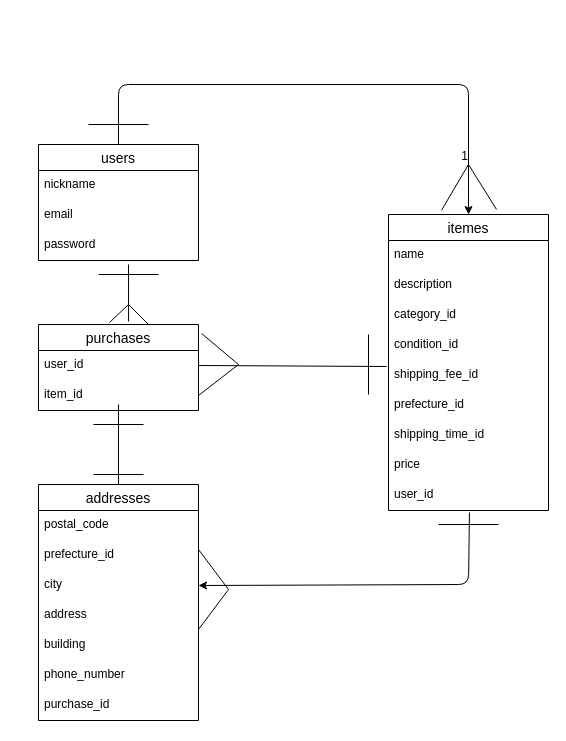
Before: er.dio in nago0427/furima-40919, a draw.io diagram. Source tidied: cells renumbered, new cells numbered last; positions are measured from the earlier drawing's top-left corner, leaving out a move shared by most shapes. Both pictures are drawn from the tidied source at 100%, with x=0, y=0 at pixel (38, 84).
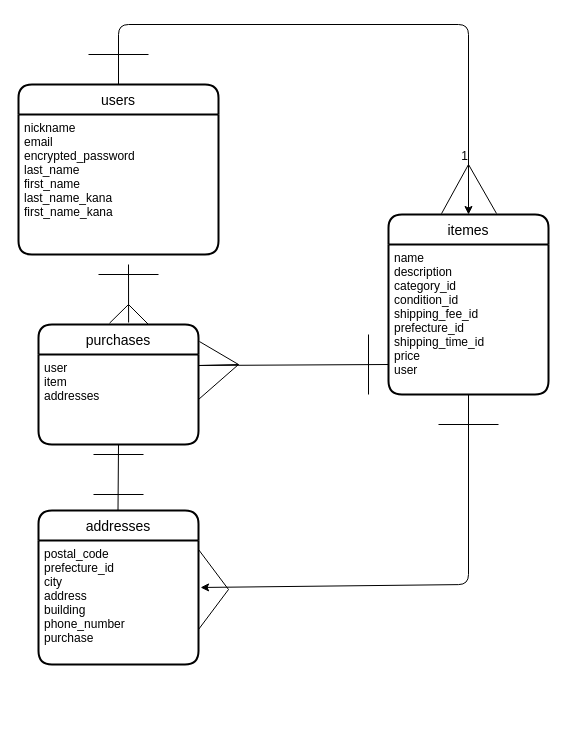
The same page after the edit.

Diff of the diagram source:
```diff
@@
-    <mxCell id="2" style="edgeStyle=orthogonalEdgeStyle;html=1;exitX=0.5;exitY=0;exitDx=0;exitDy=0;entryX=0.5;entryY=0;entryDx=0;entryDy=0;" parent="1" edge="1" source="3" target="18">
+    <mxCell id="2" style="edgeStyle=orthogonalEdgeStyle;html=1;entryX=0.5;entryY=0;entryDx=0;entryDy=0;exitX=0.5;exitY=0;exitDx=0;exitDy=0;" parent="1" edge="1" source="3">
       <mxGeometry relative="1" as="geometry">
+        <mxPoint x="430" y="130" as="targetPoint" />
         <Array as="points">
-          <mxPoint x="80" />
-          <mxPoint x="430" />
+          <mxPoint x="80" y="-60" />
+          <mxPoint x="430" y="-60" />
         </Array>
       </mxGeometry>
     </mxCell>
-    <mxCell id="3" value="users" style="swimlane;fontStyle=0;horizontal=1;startSize=26;align=center;fontSize=14;" parent="1" vertex="1">
-      <mxGeometry y="60" width="160" height="116" as="geometry" />
-    </mxCell>
-    <mxCell id="4" value="nickname" style="text;strokeColor=none;fillColor=none;spacingLeft=4;spacingRight=4;overflow=hidden;fontSize=12;" parent="3" vertex="1">
-      <mxGeometry y="26" width="160" height="30" as="geometry" />
-    </mxCell>
-    <mxCell id="5" value="email" style="text;strokeColor=none;fillColor=none;spacingLeft=4;spacingRight=4;overflow=hidden;fontSize=12;" parent="3" vertex="1">
-      <mxGeometry y="56" width="160" height="30" as="geometry" />
-    </mxCell>
-    <mxCell id="6" value="password" style="text;strokeColor=none;fillColor=none;spacingLeft=4;spacingRight=4;overflow=hidden;fontSize=12;" parent="3" vertex="1">
-      <mxGeometry y="86" width="160" height="30" as="geometry" />
-    </mxCell>
-    <mxCell id="7" value="purchases" style="swimlane;fontStyle=0;horizontal=1;startSize=26;align=center;fontSize=14;" parent="1" vertex="1">
-      <mxGeometry y="240" width="160" height="86" as="geometry" />
-    </mxCell>
-    <mxCell id="8" value="user_id" style="text;strokeColor=none;fillColor=none;spacingLeft=4;spacingRight=4;overflow=hidden;points=[[0,0.5],[1,0.5]];portConstraint=eastwest;fontSize=12;" parent="7" vertex="1">
-      <mxGeometry y="26" width="160" height="30" as="geometry" />
-    </mxCell>
-    <mxCell id="9" value="item_id" style="text;strokeColor=none;fillColor=none;spacingLeft=4;spacingRight=4;overflow=hidden;points=[[0,0.5],[1,0.5]];portConstraint=eastwest;fontSize=12;" parent="7" vertex="1">
-      <mxGeometry y="56" width="160" height="30" as="geometry" />
-    </mxCell>
-    <mxCell id="10" value="addresses" style="swimlane;fontStyle=0;horizontal=1;startSize=26;align=center;fontSize=14;" parent="1" vertex="1">
-      <mxGeometry y="400" width="160" height="236" as="geometry" />
-    </mxCell>
-    <mxCell id="11" value="postal_code" style="text;strokeColor=none;fillColor=none;spacingLeft=4;spacingRight=4;overflow=hidden;fontSize=12;" parent="10" vertex="1">
-      <mxGeometry y="26" width="160" height="30" as="geometry" />
-    </mxCell>
-    <mxCell id="12" value="prefecture_id" style="text;strokeColor=none;fillColor=none;spacingLeft=4;spacingRight=4;overflow=hidden;fontSize=12;" parent="10" vertex="1">
-      <mxGeometry y="56" width="160" height="30" as="geometry" />
-    </mxCell>
-    <mxCell id="13" value="city" style="text;strokeColor=none;fillColor=none;spacingLeft=4;spacingRight=4;overflow=hidden;points=[[0,0.5],[1,0.5]];portConstraint=eastwest;fontSize=12;" parent="10" vertex="1">
-      <mxGeometry y="86" width="160" height="30" as="geometry" />
-    </mxCell>
-    <mxCell id="14" value="address" style="text;strokeColor=none;fillColor=none;spacingLeft=4;spacingRight=4;overflow=hidden;fontSize=12;" parent="10" vertex="1">
-      <mxGeometry y="116" width="160" height="30" as="geometry" />
-    </mxCell>
-    <mxCell id="15" value="building" style="text;strokeColor=none;fillColor=none;spacingLeft=4;spacingRight=4;overflow=hidden;fontSize=12;" parent="10" vertex="1">
-      <mxGeometry y="146" width="160" height="30" as="geometry" />
-    </mxCell>
-    <mxCell id="16" value="phone_number" style="text;strokeColor=none;fillColor=none;spacingLeft=4;spacingRight=4;overflow=hidden;fontSize=12;" parent="10" vertex="1">
-      <mxGeometry y="176" width="160" height="30" as="geometry" />
-    </mxCell>
-    <mxCell id="17" value="purchase_id" style="text;strokeColor=none;fillColor=none;spacingLeft=4;spacingRight=4;overflow=hidden;fontSize=12;" parent="10" vertex="1">
-      <mxGeometry y="206" width="160" height="30" as="geometry" />
-    </mxCell>
-    <mxCell id="18" value="itemes" style="swimlane;fontStyle=0;horizontal=1;startSize=26;align=center;fontSize=14;" parent="1" vertex="1">
-      <mxGeometry x="350" y="130" width="160" height="296" as="geometry" />
-    </mxCell>
-    <mxCell id="19" value="name" style="text;strokeColor=none;fillColor=none;spacingLeft=4;spacingRight=4;overflow=hidden;fontSize=12;" parent="18" vertex="1">
-      <mxGeometry y="26" width="160" height="30" as="geometry" />
-    </mxCell>
-    <mxCell id="20" value="description" style="text;strokeColor=none;fillColor=none;spacingLeft=4;spacingRight=4;overflow=hidden;fontSize=12;" parent="18" vertex="1">
-      <mxGeometry y="56" width="160" height="30" as="geometry" />
-    </mxCell>
-    <mxCell id="21" value="category_id" style="text;strokeColor=none;fillColor=none;spacingLeft=4;spacingRight=4;overflow=hidden;fontSize=12;" parent="18" vertex="1">
-      <mxGeometry y="86" width="160" height="30" as="geometry" />
-    </mxCell>
-    <mxCell id="22" value="condition_id" style="text;strokeColor=none;fillColor=none;spacingLeft=4;spacingRight=4;overflow=hidden;fontSize=12;" parent="18" vertex="1">
-      <mxGeometry y="116" width="160" height="30" as="geometry" />
-    </mxCell>
-    <mxCell id="23" value="shipping_fee_id" style="text;strokeColor=none;fillColor=none;spacingLeft=4;spacingRight=4;overflow=hidden;points=[[0,0.5],[1,0.5]];portConstraint=eastwest;fontSize=12;" parent="18" vertex="1">
-      <mxGeometry y="146" width="160" height="30" as="geometry" />
-    </mxCell>
-    <mxCell id="24" value="prefecture_id" style="text;strokeColor=none;fillColor=none;spacingLeft=4;spacingRight=4;overflow=hidden;fontSize=12;" parent="18" vertex="1">
-      <mxGeometry y="176" width="160" height="30" as="geometry" />
-    </mxCell>
-    <mxCell id="25" value="shipping_time_id" style="text;strokeColor=none;fillColor=none;spacingLeft=4;spacingRight=4;overflow=hidden;fontSize=12;" parent="18" vertex="1">
-      <mxGeometry y="206" width="160" height="30" as="geometry" />
-    </mxCell>
-    <mxCell id="26" value="price" style="text;strokeColor=none;fillColor=none;spacingLeft=4;spacingRight=4;overflow=hidden;fontSize=12;" parent="18" vertex="1">
-      <mxGeometry y="236" width="160" height="30" as="geometry" />
-    </mxCell>
-    <mxCell id="27" value="user_id" style="text;strokeColor=none;fillColor=none;spacingLeft=4;spacingRight=4;overflow=hidden;points=[[0,0.5],[1,0.5]];portConstraint=eastwest;fontSize=12;" parent="18" vertex="1">
-      <mxGeometry y="266" width="160" height="30" as="geometry" />
-    </mxCell>
-    <mxCell id="28" style="endArrow=none;html=1;rounded=0;exitX=0.331;exitY=-0.014;exitDx=0;exitDy=0;exitPerimeter=0;" parent="1" edge="1" source="18">
+    <mxCell id="28" style="endArrow=none;html=1;rounded=0;exitX=0.331;exitY=-0.014;exitDx=0;exitDy=0;exitPerimeter=0;" parent="1" edge="1">
       <mxGeometry relative="1" as="geometry">
+        <mxPoint x="403" y="129.2" as="sourcePoint" />
         <mxPoint x="430" y="80" as="targetPoint" />
       </mxGeometry>
     </mxCell>
@@
-    <mxCell id="30" style="endArrow=none;html=1;rounded=0;entryX=0.675;entryY=-0.017;entryDx=0;entryDy=0;entryPerimeter=0;" parent="1" edge="1" target="18">
+    <mxCell id="30" style="endArrow=none;html=1;rounded=0;entryX=0.675;entryY=-0.017;entryDx=0;entryDy=0;entryPerimeter=0;" parent="1" edge="1">
       <mxGeometry relative="1" as="geometry">
         <mxPoint x="430" y="80" as="sourcePoint" />
+        <mxPoint x="458" y="129" as="targetPoint" />
       </mxGeometry>
     </mxCell>
     <mxCell id="31" style="endArrow=none;html=1;rounded=0;" parent="1" edge="1">
       <mxGeometry relative="1" as="geometry">
-        <mxPoint x="50" y="40" as="sourcePoint" />
-        <mxPoint x="110" y="40" as="targetPoint" />
+        <mxPoint x="50" y="-30" as="sourcePoint" />
+        <mxPoint x="110" y="-30" as="targetPoint" />
         <Array as="points">
-          <mxPoint x="80" y="40" />
+          <mxPoint x="80" y="-30" />
         </Array>
       </mxGeometry>
     </mxCell>
-    <mxCell id="32" style="endArrow=none;html=1;rounded=0;exitX=1;exitY=0.5;exitDx=0;exitDy=0;entryX=-0.012;entryY=0.2;entryDx=0;entryDy=0;entryPerimeter=0;" parent="1" edge="1" source="8" target="23">
-      <mxGeometry relative="1" as="geometry" />
+    <mxCell id="32" style="endArrow=none;html=1;rounded=0;exitX=1;exitY=0.5;exitDx=0;exitDy=0;" parent="1" edge="1">
+      <mxGeometry relative="1" as="geometry">
+        <mxPoint x="160" y="281" as="sourcePoint" />
+        <mxPoint x="350" y="280" as="targetPoint" />
+      </mxGeometry>
     </mxCell>
-    <mxCell id="33" style="endArrow=none;html=1;rounded=0;exitX=0.563;exitY=-0.035;exitDx=0;exitDy=0;exitPerimeter=0;" parent="1" edge="1" source="7">
+    <mxCell id="33" style="endArrow=none;html=1;rounded=0;exitX=0.563;exitY=-0.035;exitDx=0;exitDy=0;exitPerimeter=0;" parent="1" edge="1">
       <mxGeometry relative="1" as="geometry">
+        <mxPoint x="90.1" y="238" as="sourcePoint" />
         <mxPoint x="90" y="180" as="targetPoint" />
       </mxGeometry>
     </mxCell>
@@
-    <mxCell id="35" style="edgeStyle=none;jettySize=auto;html=1;entryX=1;entryY=0.5;entryDx=0;entryDy=0;exitX=0.506;exitY=1.067;exitDx=0;exitDy=0;exitPerimeter=0;" parent="1" edge="1" source="27" target="13">
+    <mxCell id="35" style="edgeStyle=none;jettySize=auto;html=1;entryX=1.013;entryY=0.379;entryDx=0;entryDy=0;exitX=0.5;exitY=1;exitDx=0;exitDy=0;entryPerimeter=0;" parent="1" edge="1" source="51" target="50">
       <mxGeometry relative="1" as="geometry">
         <Array as="points">
           <mxPoint x="430" y="500" />
         </Array>
       </mxGeometry>
     </mxCell>
@@
     <mxCell id="38" style="endArrow=none;html=1;rounded=0;" parent="1" edge="1">
       <mxGeometry relative="1" as="geometry">
-        <mxPoint x="80" y="400" as="sourcePoint" />
-        <mxPoint x="80" y="320" as="targetPoint" />
+        <mxPoint x="79.5" y="426" as="sourcePoint" />
+        <mxPoint x="80" y="360" as="targetPoint" />
       </mxGeometry>
     </mxCell>
     <mxCell id="39" style="endArrow=none;html=1;rounded=0;" parent="1" edge="1">
       <mxGeometry relative="1" as="geometry">
-        <mxPoint x="55" y="340" as="sourcePoint" />
-        <mxPoint x="105" y="340" as="targetPoint" />
+        <mxPoint x="55" y="370" as="sourcePoint" />
+        <mxPoint x="105" y="370" as="targetPoint" />
       </mxGeometry>
     </mxCell>
     <mxCell id="40" style="endArrow=none;html=1;rounded=0;" parent="1" edge="1">
       <mxGeometry relative="1" as="geometry">
-        <mxPoint x="55" y="390" as="sourcePoint" />
-        <mxPoint x="105" y="390" as="targetPoint" />
+        <mxPoint x="55" y="410" as="sourcePoint" />
+        <mxPoint x="105" y="410" as="targetPoint" />
       </mxGeometry>
     </mxCell>
@@
-    <mxCell id="42" style="endArrow=none;html=1;rounded=0;exitX=0.444;exitY=-0.023;exitDx=0;exitDy=0;exitPerimeter=0;" parent="1" edge="1" source="7">
+    <mxCell id="42" style="endArrow=none;html=1;rounded=0;exitX=0.444;exitY=-0.023;exitDx=0;exitDy=0;exitPerimeter=0;" parent="1" edge="1">
       <mxGeometry relative="1" as="geometry">
+        <mxPoint x="71" y="238.7" as="sourcePoint" />
         <mxPoint x="90" y="220" as="targetPoint" />
       </mxGeometry>
     </mxCell>
     <mxCell id="43" style="endArrow=none;html=1;rounded=0;" parent="1" edge="1">
       <mxGeometry relative="1" as="geometry">
-        <mxPoint x="400" y="440" as="sourcePoint" />
-        <mxPoint x="460" y="440" as="targetPoint" />
+        <mxPoint x="400" y="340" as="sourcePoint" />
+        <mxPoint x="460" y="340" as="targetPoint" />
       </mxGeometry>
     </mxCell>
-    <mxCell id="44" style="endArrow=none;html=1;rounded=0;exitX=1.019;exitY=0.105;exitDx=0;exitDy=0;exitPerimeter=0;" parent="1" edge="1" source="7">
+    <mxCell id="44" style="endArrow=none;html=1;rounded=0;exitX=1.006;exitY=0.142;exitDx=0;exitDy=0;exitPerimeter=0;" parent="1" edge="1" source="7">
       <mxGeometry relative="1" as="geometry">
         <mxPoint x="200" y="280" as="targetPoint" />
       </mxGeometry>
     </mxCell>
-    <mxCell id="45" style="endArrow=none;html=1;rounded=0;exitX=1;exitY=0.5;exitDx=0;exitDy=0;" parent="1" edge="1" source="9">
+    <mxCell id="45" style="endArrow=none;html=1;rounded=0;exitX=1;exitY=0.5;exitDx=0;exitDy=0;" parent="1" edge="1">
       <mxGeometry relative="1" as="geometry">
+        <mxPoint x="160" y="281" as="sourcePoint" />
         <mxPoint x="200" y="280" as="targetPoint" />
       </mxGeometry>
     </mxCell>
@@
+    <mxCell id="3" value="users" style="swimlane;horizontal=1;startSize=30;rounded=1;fontSize=14;fontStyle=0;strokeWidth=2;shadow=0;dashed=0;align=center;" parent="1" vertex="1">
+      <mxGeometry x="-20" width="200" height="170" as="geometry" />
+    </mxCell>
+    <mxCell id="47" value="nickname&#10;email&#10;encrypted_password&#10;last_name &#10;first_name &#10;last_name_kana &#10;first_name_kana  " style="align=left;strokeColor=none;fillColor=none;spacingLeft=4;fontSize=12;verticalAlign=top;" parent="3" vertex="1">
+      <mxGeometry y="30" width="200" height="140" as="geometry" />
+    </mxCell>
+    <mxCell id="7" value="purchases" style="swimlane;horizontal=1;startSize=30;rounded=1;fontSize=14;fontStyle=0;strokeWidth=2;shadow=0;dashed=0;align=center;" parent="1" vertex="1">
+      <mxGeometry y="240" width="160" height="120" as="geometry" />
+    </mxCell>
+    <mxCell id="48" value="user&#10;item&#10;addresses&#10;" style="align=left;strokeColor=none;fillColor=none;spacingLeft=4;fontSize=12;verticalAlign=top;" parent="7" vertex="1">
+      <mxGeometry y="30" width="160" height="90" as="geometry" />
+    </mxCell>
+    <mxCell id="49" style="endArrow=none;html=1;rounded=0;exitX=1;exitY=0.5;exitDx=0;exitDy=0;" parent="1" edge="1" source="48">
+      <mxGeometry relative="1" as="geometry">
+        <mxPoint x="200" y="280" as="targetPoint" />
+      </mxGeometry>
+    </mxCell>
+    <mxCell id="10" value="addresses" style="swimlane;horizontal=1;startSize=30;rounded=1;fontSize=14;fontStyle=0;strokeWidth=2;shadow=0;dashed=0;align=center;" parent="1" vertex="1">
+      <mxGeometry y="426" width="160" height="154" as="geometry" />
+    </mxCell>
+    <mxCell id="50" value="postal_code&#10;prefecture_id&#10;city&#10;address&#10;building&#10;phone_number&#10;purchase&#10;" style="align=left;strokeColor=none;fillColor=none;spacingLeft=4;fontSize=12;verticalAlign=top;" parent="10" vertex="1">
+      <mxGeometry y="30" width="160" height="124" as="geometry" />
+    </mxCell>
+    <mxCell id="18" value="itemes" style="swimlane;horizontal=1;startSize=30;rounded=1;fontSize=14;fontStyle=0;strokeWidth=2;shadow=0;dashed=0;align=center;" parent="1" vertex="1">
+      <mxGeometry x="350" y="130" width="160" height="180" as="geometry" />
+    </mxCell>
+    <mxCell id="51" value="name&#10;description&#10;category_id&#10;condition_id&#10;shipping_fee_id&#10;prefecture_id&#10;shipping_time_id&#10;price&#10;user&#10;" style="align=left;strokeColor=none;fillColor=none;spacingLeft=4;fontSize=12;verticalAlign=top;" parent="18" vertex="1">
+      <mxGeometry y="30" width="160" height="150" as="geometry" />
+    </mxCell>
```
